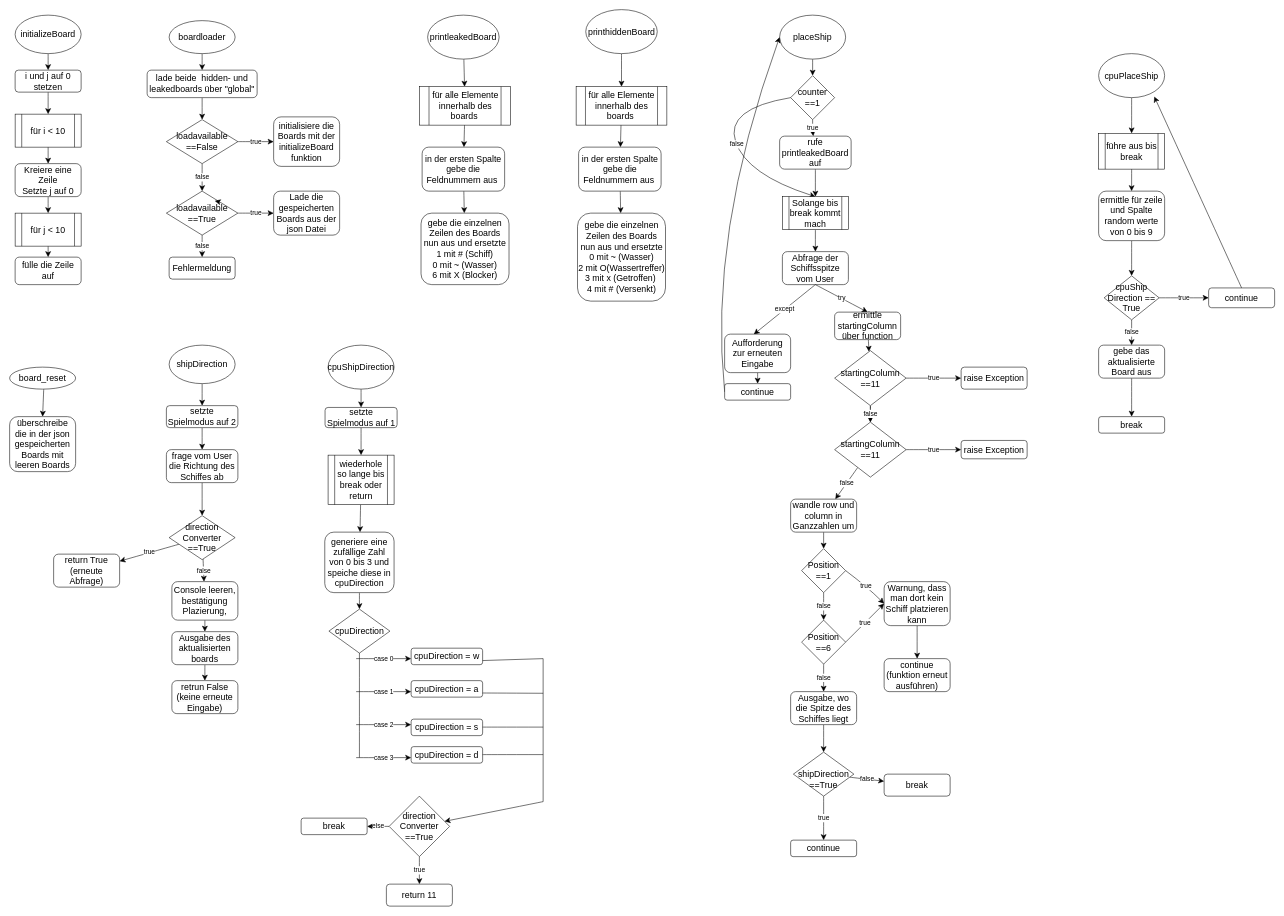
This is pythonGame.drawio from frederik-junk/Python_FleetBattle, a draw.io file, before an edit. Source tidied: cells renumbered, new cells numbered last; positions are measured from the earlier drawing's top-left corner, leaving out a move shared by most shapes. Both pictures are drawn from the tidied source at 55%, with x=0, y=0 at pixel (9, 9).
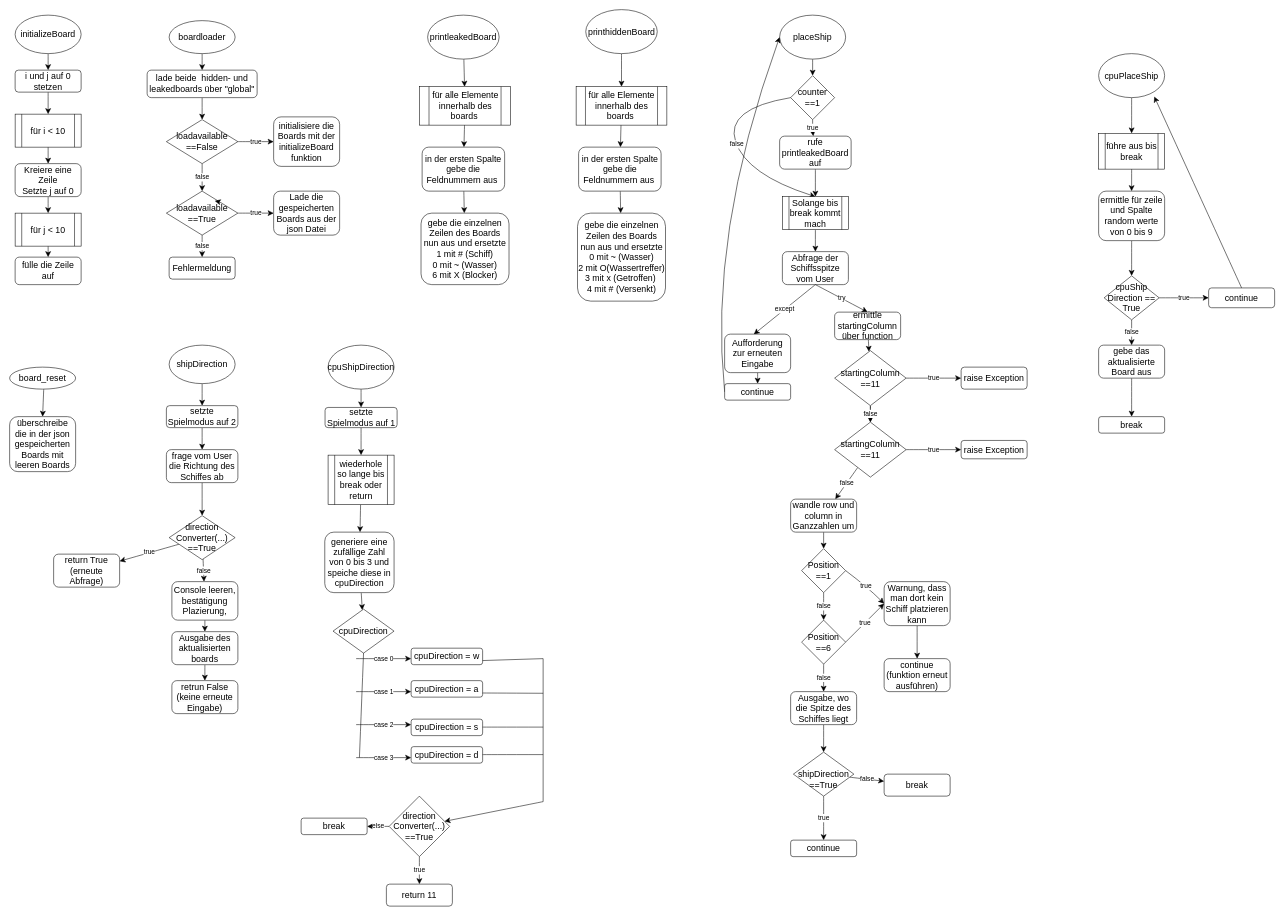
The same page after the edit.

Commit message (it also covers changes not shown here):
Doku additons and diagramm adjustents

Change to the diagram source:
```diff
@@
-    <mxCell id="99" value="direction&lt;br&gt;Converter ==True" style="rhombus;whiteSpace=wrap;html=1;fontSize=16;" parent="1" vertex="1">
+    <mxCell id="99" value="direction&lt;br&gt;Converter(...) ==True" style="rhombus;whiteSpace=wrap;html=1;fontSize=16;" parent="1" vertex="1">
       <mxGeometry x="290" y="920" width="120" height="80" as="geometry" />
     </mxCell>
@@
     <mxCell id="112" value="cpuDirection" style="rhombus;whiteSpace=wrap;html=1;fontSize=16;" parent="1" vertex="1">
-      <mxGeometry x="580.5" y="1090" width="111" height="80" as="geometry" />
+      <mxGeometry x="588" y="1090" width="111" height="80" as="geometry" />
     </mxCell>
@@
-    <mxCell id="131" value="direction&lt;br&gt;Converter ==True" style="rhombus;whiteSpace=wrap;html=1;fontSize=16;" parent="1" vertex="1">
+    <mxCell id="131" value="direction&lt;br&gt;Converter(...) ==True" style="rhombus;whiteSpace=wrap;html=1;fontSize=16;" parent="1" vertex="1">
       <mxGeometry x="690" y="1430" width="110" height="110" as="geometry" />
     </mxCell>
```
